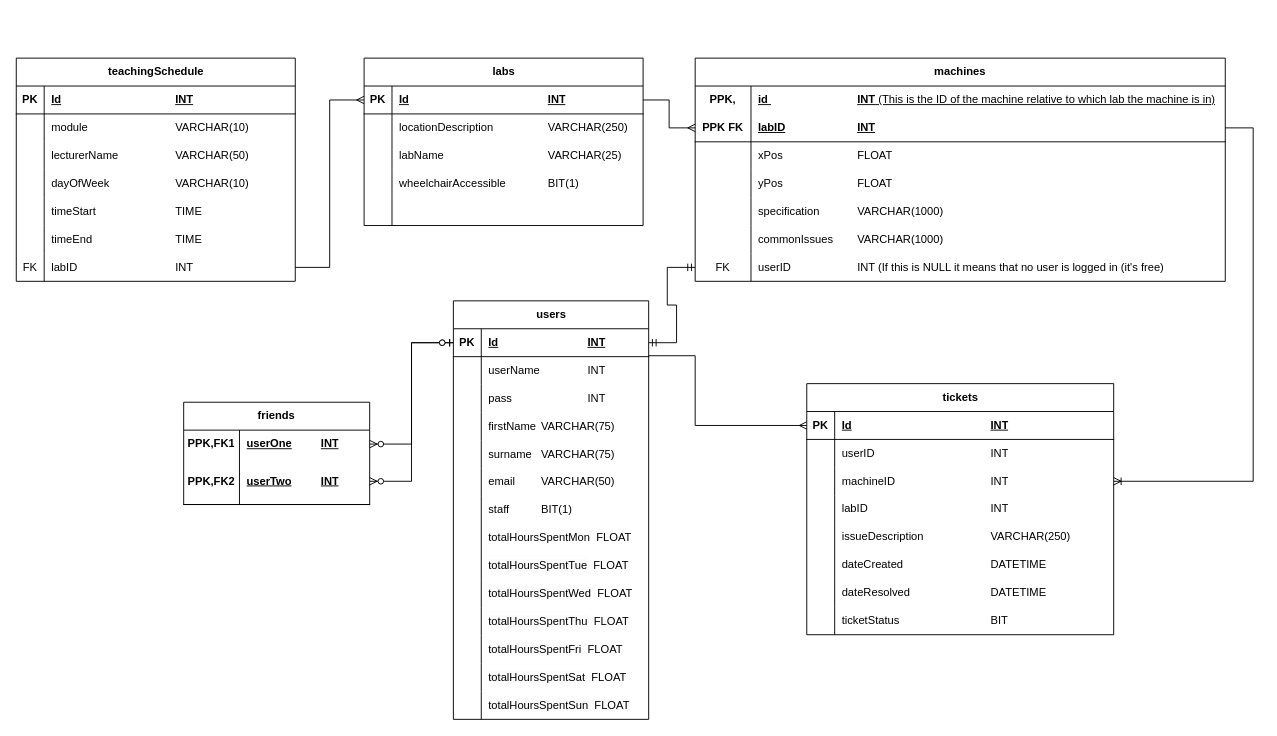
Earlier version of the draw.io diagram LabFlow/LabFlow/assets/dissertation.drawio (chas-lad/LabFlow). Source tidied: cells renumbered, new cells numbered last; positions are measured from the earlier drawing's top-left corner, leaving out a move shared by most shapes. Both pictures are drawn from the tidied source at 93%, with x=0, y=0 at pixel (16, 58).
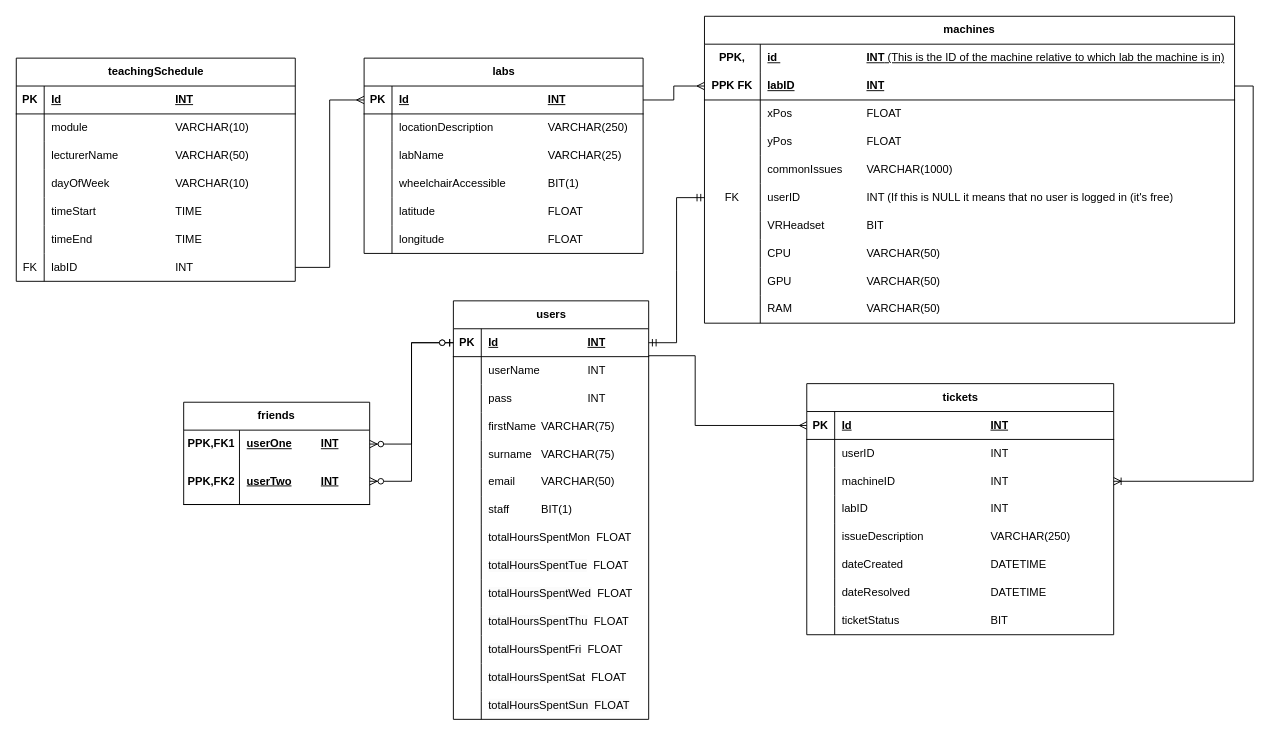
Above is the later version.

Unchanged cells that the change refers to:
```xml
<mxCell id="58" style="shape=tableRow;horizontal=0;startSize=0;swimlaneHead=0;swimlaneBody=0;fillColor=none;top=0;left=0;right=0;bottom=0;" parent="45" vertex="1">
  <mxGeometry y="150" width="300" height="30" as="geometry" />
</mxCell>
<mxCell id="102" style="shape=tableRow;horizontal=0;startSize=0;swimlaneHead=0;swimlaneBody=0;fillColor=none;points=[[0,0.5],[1,0.5]];portConstraint=eastwest;top=0;left=0;right=0;bottom=0;" parent="95" vertex="1">
  <mxGeometry y="90" width="330" height="30" as="geometry" />
</mxCell>
<mxCell id="124" style="shape=tableRow;horizontal=0;startSize=0;swimlaneHead=0;swimlaneBody=0;fillColor=none;points=[[0,0.5],[1,0.5]];portConstraint=eastwest;top=0;left=0;right=0;bottom=1;html=1;" parent="120" vertex="1">
  <mxGeometry y="60" width="570" height="30" as="geometry" />
</mxCell>
```

What changed in the source:
```diff
@@
     <mxCell id="45" value="labs" style="shape=table;startSize=30;childLayout=tableLayout;rowLines=0;fontStyle=1;align=center;html=1;" parent="1" vertex="1">
-      <mxGeometry x="374" width="300" height="180" as="geometry" />
+      <mxGeometry x="374" width="300" height="210" as="geometry" />
     </mxCell>
@@
-    <mxCell id="60" style="shape=partialRectangle;fillColor=none;top=0;left=0;bottom=0;right=0;align=left;spacingLeft=6;overflow=hidden;whiteSpace=wrap;html=1;" parent="58" vertex="1">
+    <mxCell id="60" value="latitude&amp;nbsp;&lt;span style=&quot;white-space: pre;&quot;&gt;&#9;&lt;/span&gt;&lt;span style=&quot;white-space: pre;&quot;&gt;&#9;&lt;/span&gt;&lt;span style=&quot;white-space: pre;&quot;&gt;&#9;&lt;/span&gt;&lt;span style=&quot;white-space: pre;&quot;&gt;&#9;&lt;/span&gt;&lt;span style=&quot;white-space: pre;&quot;&gt;&#9;&lt;/span&gt;FLOAT" style="shape=partialRectangle;fillColor=none;top=0;left=0;bottom=0;right=0;align=left;spacingLeft=6;overflow=hidden;whiteSpace=wrap;html=1;" parent="58" vertex="1">
       <mxGeometry x="30" width="270" height="30" as="geometry" />
     </mxCell>
+    <mxCell id="144" style="shape=tableRow;horizontal=0;startSize=0;swimlaneHead=0;swimlaneBody=0;fillColor=none;top=0;left=0;right=0;bottom=0;" parent="45" vertex="1">
+      <mxGeometry y="180" width="300" height="30" as="geometry" />
+    </mxCell>
+    <mxCell id="145" style="shape=partialRectangle;fillColor=none;top=0;left=0;bottom=0;right=0;overflow=hidden;whiteSpace=wrap;html=1;" parent="144" vertex="1">
+      <mxGeometry width="30" height="30" as="geometry" />
+    </mxCell>
+    <mxCell id="146" value="longitude&lt;span style=&quot;white-space: pre;&quot;&gt;&#9;&lt;/span&gt;&lt;span style=&quot;white-space: pre;&quot;&gt;&#9;&lt;/span&gt;&lt;span style=&quot;white-space: pre;&quot;&gt;&#9;&lt;/span&gt;&lt;span style=&quot;white-space: pre;&quot;&gt;&#9;&lt;/span&gt;&lt;span style=&quot;white-space: pre;&quot;&gt;&#9;&lt;/span&gt;FLOAT" style="shape=partialRectangle;fillColor=none;top=0;left=0;bottom=0;right=0;align=left;spacingLeft=6;overflow=hidden;whiteSpace=wrap;html=1;" parent="144" vertex="1">
+      <mxGeometry x="30" width="270" height="30" as="geometry" />
+    </mxCell>
@@
     <mxCell id="120" value="machines" style="shape=table;startSize=30;childLayout=tableLayout;rowLines=0;fontStyle=1;align=center;html=1;whiteSpace=wrap;" parent="1" vertex="1">
-      <mxGeometry x="730" width="570" height="240" as="geometry" />
+      <mxGeometry x="740" y="-45" width="570" height="330" as="geometry" />
     </mxCell>
@@
-    <mxCell id="133" style="shape=tableRow;horizontal=0;startSize=0;swimlaneHead=0;swimlaneBody=0;fillColor=none;top=0;left=0;right=0;bottom=0;html=1;" parent="120" vertex="1">
-      <mxGeometry y="150" width="570" height="30" as="geometry" />
-    </mxCell>
-    <mxCell id="134" style="shape=partialRectangle;fillColor=none;top=0;left=0;bottom=0;right=0;overflow=hidden;html=1;whiteSpace=wrap;" parent="133" vertex="1">
-      <mxGeometry width="60" height="30" as="geometry" />
-    </mxCell>
-    <mxCell id="135" value="specification&lt;span style=&quot;&quot;&gt;&lt;span style=&quot;white-space: pre;&quot;&gt;&amp;nbsp;&amp;nbsp;&amp;nbsp;&amp;nbsp;&lt;span style=&quot;white-space: pre;&quot;&gt;&#9;&lt;/span&gt;&lt;/span&gt;&lt;/span&gt;VARCHAR(1000)" style="shape=partialRectangle;fillColor=none;top=0;left=0;bottom=0;right=0;align=left;spacingLeft=6;overflow=hidden;html=1;whiteSpace=wrap;" parent="133" vertex="1">
-      <mxGeometry x="60" width="510" height="30" as="geometry" />
-    </mxCell>
     <mxCell id="136" style="shape=tableRow;horizontal=0;startSize=0;swimlaneHead=0;swimlaneBody=0;fillColor=none;top=0;left=0;right=0;bottom=0;html=1;" parent="120" vertex="1">
-      <mxGeometry y="180" width="570" height="30" as="geometry" />
+      <mxGeometry y="150" width="570" height="30" as="geometry" />
     </mxCell>
@@
     <mxCell id="139" style="shape=tableRow;horizontal=0;startSize=0;swimlaneHead=0;swimlaneBody=0;fillColor=none;points=[[0,0.5],[1,0.5]];portConstraint=eastwest;top=0;left=0;right=0;bottom=0;html=1;" parent="120" vertex="1">
-      <mxGeometry y="210" width="570" height="30" as="geometry" />
+      <mxGeometry y="180" width="570" height="30" as="geometry" />
     </mxCell>
@@
+    <mxCell id="147" style="shape=tableRow;horizontal=0;startSize=0;swimlaneHead=0;swimlaneBody=0;fillColor=none;top=0;left=0;right=0;bottom=0;html=1;" parent="120" vertex="1">
+      <mxGeometry y="210" width="570" height="30" as="geometry" />
+    </mxCell>
+    <mxCell id="148" style="shape=partialRectangle;fillColor=none;top=0;left=0;bottom=0;right=0;overflow=hidden;html=1;whiteSpace=wrap;" parent="147" vertex="1">
+      <mxGeometry width="60" height="30" as="geometry" />
+    </mxCell>
+    <mxCell id="149" value="VRHeadset&lt;span style=&quot;white-space: pre;&quot;&gt;&#9;&lt;/span&gt;&lt;span style=&quot;white-space: pre;&quot;&gt;&#9;&lt;/span&gt;BIT" style="shape=partialRectangle;fillColor=none;top=0;left=0;bottom=0;right=0;align=left;spacingLeft=6;overflow=hidden;html=1;whiteSpace=wrap;" parent="147" vertex="1">
+      <mxGeometry x="60" width="510" height="30" as="geometry" />
+    </mxCell>
+    <mxCell id="150" style="shape=tableRow;horizontal=0;startSize=0;swimlaneHead=0;swimlaneBody=0;fillColor=none;top=0;left=0;right=0;bottom=0;html=1;" parent="120" vertex="1">
+      <mxGeometry y="240" width="570" height="30" as="geometry" />
+    </mxCell>
+    <mxCell id="151" style="shape=partialRectangle;fillColor=none;top=0;left=0;bottom=0;right=0;overflow=hidden;html=1;whiteSpace=wrap;" parent="150" vertex="1">
+      <mxGeometry width="60" height="30" as="geometry" />
+    </mxCell>
+    <mxCell id="152" value="CPU&lt;span style=&quot;white-space: pre;&quot;&gt;&#9;&lt;/span&gt;&lt;span style=&quot;white-space: pre;&quot;&gt;&#9;&lt;/span&gt;&lt;span style=&quot;white-space: pre;&quot;&gt;&#9;&lt;/span&gt;VARCHAR(50)" style="shape=partialRectangle;fillColor=none;top=0;left=0;bottom=0;right=0;align=left;spacingLeft=6;overflow=hidden;html=1;whiteSpace=wrap;" parent="150" vertex="1">
+      <mxGeometry x="60" width="510" height="30" as="geometry" />
+    </mxCell>
+    <mxCell id="153" style="shape=tableRow;horizontal=0;startSize=0;swimlaneHead=0;swimlaneBody=0;fillColor=none;top=0;left=0;right=0;bottom=0;html=1;" parent="120" vertex="1">
+      <mxGeometry y="270" width="570" height="30" as="geometry" />
+    </mxCell>
+    <mxCell id="154" style="shape=partialRectangle;fillColor=none;top=0;left=0;bottom=0;right=0;overflow=hidden;html=1;whiteSpace=wrap;" parent="153" vertex="1">
+      <mxGeometry width="60" height="30" as="geometry" />
+    </mxCell>
+    <mxCell id="155" value="GPU&lt;span style=&quot;white-space: pre;&quot;&gt;&#9;&lt;/span&gt;&lt;span style=&quot;white-space: pre;&quot;&gt;&#9;&lt;/span&gt;&lt;span style=&quot;white-space: pre;&quot;&gt;&#9;&lt;/span&gt;VARCHAR(50)" style="shape=partialRectangle;fillColor=none;top=0;left=0;bottom=0;right=0;align=left;spacingLeft=6;overflow=hidden;html=1;whiteSpace=wrap;" parent="153" vertex="1">
+      <mxGeometry x="60" width="510" height="30" as="geometry" />
+    </mxCell>
+    <mxCell id="156" style="shape=tableRow;horizontal=0;startSize=0;swimlaneHead=0;swimlaneBody=0;fillColor=none;top=0;left=0;right=0;bottom=0;html=1;" parent="120" vertex="1">
+      <mxGeometry y="300" width="570" height="30" as="geometry" />
+    </mxCell>
+    <mxCell id="157" style="shape=partialRectangle;fillColor=none;top=0;left=0;bottom=0;right=0;overflow=hidden;html=1;whiteSpace=wrap;" parent="156" vertex="1">
+      <mxGeometry width="60" height="30" as="geometry" />
+    </mxCell>
+    <mxCell id="158" value="RAM&lt;span style=&quot;white-space: pre;&quot;&gt;&#9;&lt;/span&gt;&lt;span style=&quot;white-space: pre;&quot;&gt;&#9;&lt;/span&gt;&lt;span style=&quot;white-space: pre;&quot;&gt;&#9;&lt;/span&gt;VARCHAR(50)" style="shape=partialRectangle;fillColor=none;top=0;left=0;bottom=0;right=0;align=left;spacingLeft=6;overflow=hidden;html=1;whiteSpace=wrap;" parent="156" vertex="1">
+      <mxGeometry x="60" width="510" height="30" as="geometry" />
+    </mxCell>
@@
     <mxCell id="143" style="edgeStyle=orthogonalEdgeStyle;fontSize=12;html=1;endArrow=ERoneToMany;rounded=0;exitX=1;exitY=0.5;exitDx=0;exitDy=0;entryX=1;entryY=0.5;entryDx=0;entryDy=0;" parent="1" edge="1" source="124" target="102">
       <mxGeometry relative="1" as="geometry">
         <Array as="points">
-          <mxPoint x="1330" y="75" />
+          <mxPoint x="1330" y="30" />
           <mxPoint x="1330" y="455" />
         </Array>
       </mxGeometry>
     </mxCell>
```
